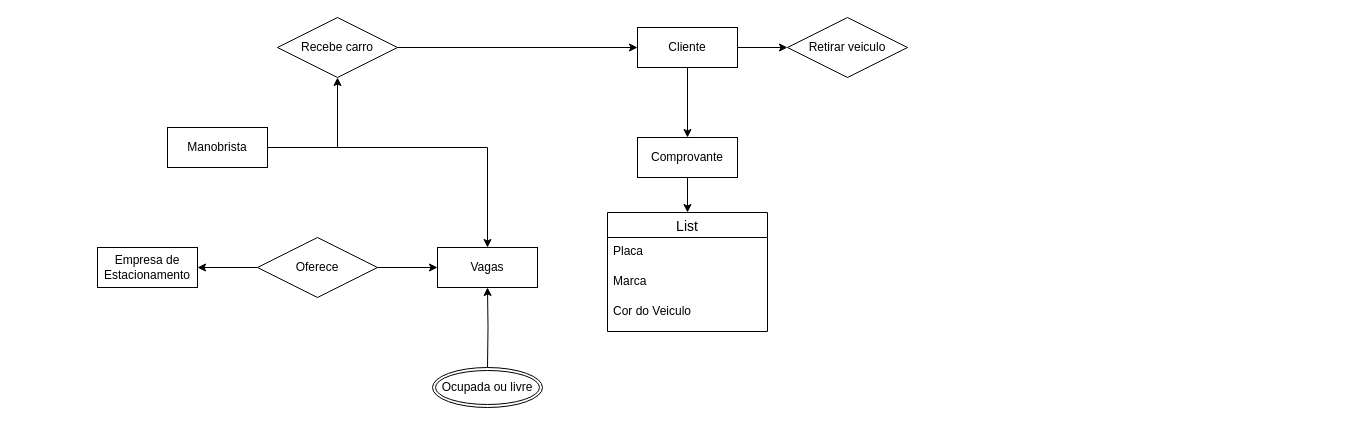
Before: Diagrama sem nome.drawio in adiantaduh/bd1, a draw.io diagram. Source tidied: cells renumbered, new cells numbered last; positions are measured from the earlier drawing's top-left corner, leaving out a move shared by most shapes. Both pictures are drawn from the tidied source at 100%, with x=0, y=0 at pixel (97, 17).
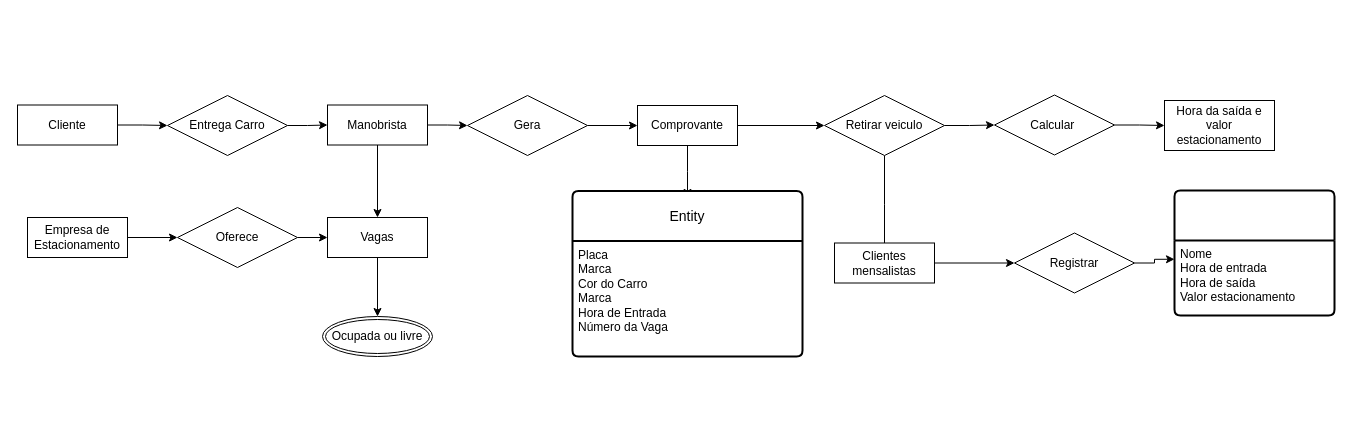
After the change.

The edit, as a diff of the source:
```diff
@@
+    <mxCell id="24" style="edgeStyle=orthogonalEdgeStyle;rounded=0;jettySize=auto;html=1;" parent="1" edge="1" source="2" target="6">
+      <mxGeometry relative="1" as="geometry" />
+    </mxCell>
     <mxCell id="2" value="Empresa de Estacionamento" style="whiteSpace=wrap;html=1;align=center;" parent="1" vertex="1">
-      <mxGeometry y="230" width="100" height="40" as="geometry" />
+      <mxGeometry x="-70" y="200" width="100" height="40" as="geometry" />
     </mxCell>
+    <mxCell id="25" style="edgeStyle=orthogonalEdgeStyle;rounded=0;jettySize=auto;html=1;entryX=0.5;entryY=0;entryDx=0;entryDy=0;" parent="1" edge="1" source="3" target="8">
+      <mxGeometry relative="1" as="geometry" />
+    </mxCell>
     <mxCell id="3" value="Vagas" style="whiteSpace=wrap;html=1;align=center;" parent="1" vertex="1">
-      <mxGeometry x="340" y="230" width="100" height="40" as="geometry" />
+      <mxGeometry x="230" y="200" width="100" height="40" as="geometry" />
     </mxCell>
@@
-    <mxCell id="5" style="edgeStyle=orthogonalEdgeStyle;rounded=0;jettySize=auto;html=1;" parent="1" edge="1" source="6" target="2">
-      <mxGeometry relative="1" as="geometry" />
-    </mxCell>
     <mxCell id="6" value="Oferece" style="shape=rhombus;perimeter=rhombusPerimeter;whiteSpace=wrap;html=1;align=center;" parent="1" vertex="1">
-      <mxGeometry x="160" y="220" width="120" height="60" as="geometry" />
+      <mxGeometry x="80" y="190" width="120" height="60" as="geometry" />
     </mxCell>
-    <mxCell id="7" style="edgeStyle=orthogonalEdgeStyle;rounded=0;jettySize=auto;html=1;" parent="1" edge="1" target="3">
-      <mxGeometry relative="1" as="geometry">
-        <mxPoint x="390" y="350" as="sourcePoint" />
-      </mxGeometry>
-    </mxCell>
     <mxCell id="8" value="Ocupada ou livre" style="ellipse;shape=doubleEllipse;margin=3;whiteSpace=wrap;html=1;align=center;" parent="1" vertex="1">
-      <mxGeometry x="335" y="350" width="110" height="40" as="geometry" />
+      <mxGeometry x="225" y="299" width="110" height="40" as="geometry" />
     </mxCell>
-    <mxCell id="9" style="edgeStyle=orthogonalEdgeStyle;rounded=0;jettySize=auto;html=1;" parent="1" edge="1" source="11" target="16">
-      <mxGeometry relative="1" as="geometry" />
-    </mxCell>
-    <mxCell id="10" style="edgeStyle=orthogonalEdgeStyle;rounded=0;jettySize=auto;html=1;entryX=0.5;entryY=0;entryDx=0;entryDy=0;" parent="1" edge="1" source="11" target="3">
+    <mxCell id="10" style="edgeStyle=orthogonalEdgeStyle;rounded=0;jettySize=auto;html=1;" parent="1" edge="1" source="11" target="3">
       <mxGeometry relative="1" as="geometry" />
     </mxCell>
+    <mxCell id="26" style="edgeStyle=orthogonalEdgeStyle;rounded=0;jettySize=auto;html=1;" parent="1" edge="1" source="11" target="42">
+      <mxGeometry relative="1" as="geometry" />
+    </mxCell>
     <mxCell id="11" value="Manobrista" style="whiteSpace=wrap;html=1;align=center;" parent="1" vertex="1">
-      <mxGeometry x="70" y="110" width="100" height="40" as="geometry" />
+      <mxGeometry x="230" y="87.5" width="100" height="40" as="geometry" />
     </mxCell>
-    <mxCell id="12" style="edgeStyle=orthogonalEdgeStyle;rounded=0;jettySize=auto;html=1;" parent="1" edge="1" source="14" target="18">
-      <mxGeometry relative="1" as="geometry" />
-    </mxCell>
-    <mxCell id="13" style="edgeStyle=orthogonalEdgeStyle;rounded=0;jettySize=auto;html=1;" parent="1" edge="1" source="14" target="19">
-      <mxGeometry relative="1" as="geometry" />
-    </mxCell>
-    <mxCell id="14" value="Cliente" style="whiteSpace=wrap;html=1;align=center;" parent="1" vertex="1">
-      <mxGeometry x="540" y="10" width="100" height="40" as="geometry" />
-    </mxCell>
-    <mxCell id="15" style="edgeStyle=orthogonalEdgeStyle;rounded=0;jettySize=auto;html=1;" parent="1" edge="1" source="16" target="14">
-      <mxGeometry relative="1" as="geometry" />
-    </mxCell>
+    <mxCell id="27" style="edgeStyle=orthogonalEdgeStyle;rounded=0;jettySize=auto;html=1;" parent="1" edge="1" source="16" target="11">
+      <mxGeometry relative="1" as="geometry" />
+    </mxCell>
-    <mxCell id="16" value="Recebe carro" style="shape=rhombus;perimeter=rhombusPerimeter;whiteSpace=wrap;html=1;align=center;" parent="1" vertex="1">
-      <mxGeometry x="180" width="120" height="60" as="geometry" />
+    <mxCell id="16" value="Entrega Carro" style="shape=rhombus;perimeter=rhombusPerimeter;whiteSpace=wrap;html=1;align=center;" parent="1" vertex="1">
+      <mxGeometry x="70" y="78" width="120" height="60" as="geometry" />
     </mxCell>
-    <mxCell id="17" style="edgeStyle=orthogonalEdgeStyle;rounded=0;jettySize=auto;html=1;entryX=0.5;entryY=0;entryDx=0;entryDy=0;" parent="1" edge="1" source="18" target="20">
-      <mxGeometry relative="1" as="geometry" />
+    <mxCell id="17" style="edgeStyle=orthogonalEdgeStyle;rounded=0;jettySize=auto;html=1;entryX=0.5;entryY=0;entryDx=0;entryDy=0;" parent="1" edge="1" source="18">
+      <mxGeometry relative="1" as="geometry">
+        <mxPoint x="590" y="180" as="targetPoint" />
+      </mxGeometry>
     </mxCell>
+    <mxCell id="28" style="edgeStyle=orthogonalEdgeStyle;rounded=0;jettySize=auto;html=1;" parent="1" edge="1" source="18" target="19">
+      <mxGeometry relative="1" as="geometry" />
+    </mxCell>
     <mxCell id="18" value="Comprovante" style="whiteSpace=wrap;html=1;align=center;" parent="1" vertex="1">
-      <mxGeometry x="540" y="120" width="100" height="40" as="geometry" />
+      <mxGeometry x="540" y="88" width="100" height="40" as="geometry" />
     </mxCell>
+    <mxCell id="29" style="edgeStyle=orthogonalEdgeStyle;rounded=0;jettySize=auto;html=1;" parent="1" edge="1" source="33" target="31">
+      <mxGeometry relative="1" as="geometry" />
+    </mxCell>
+    <mxCell id="30" style="edgeStyle=orthogonalEdgeStyle;rounded=0;jettySize=auto;html=1;" parent="1" edge="1" source="19">
+      <mxGeometry relative="1" as="geometry">
+        <mxPoint x="787" y="235.5" as="targetPoint" />
+      </mxGeometry>
+    </mxCell>
     <mxCell id="19" value="Retirar veiculo" style="shape=rhombus;perimeter=rhombusPerimeter;whiteSpace=wrap;html=1;align=center;" parent="1" vertex="1">
-      <mxGeometry x="690" width="120" height="60" as="geometry" />
+      <mxGeometry x="727" y="78" width="120" height="60" as="geometry" />
     </mxCell>
-    <mxCell id="20" value="List" style="swimlane;fontStyle=0;horizontal=1;startSize=25;align=center;fontSize=14;" parent="1" vertex="1">
-      <mxGeometry x="510" y="195" width="160" height="119" as="geometry" />
-    </mxCell>
-    <mxCell id="21" value="Placa" style="text;strokeColor=none;fillColor=none;spacingLeft=4;spacingRight=4;overflow=hidden;fontSize=12;whiteSpace=wrap;html=1;" parent="20" vertex="1">
-      <mxGeometry y="25" width="160" height="30" as="geometry" />
-    </mxCell>
-    <mxCell id="22" value="Marca&amp;nbsp;" style="text;strokeColor=none;fillColor=none;spacingLeft=4;spacingRight=4;overflow=hidden;fontSize=12;whiteSpace=wrap;html=1;" parent="20" vertex="1">
-      <mxGeometry y="55" width="160" height="30" as="geometry" />
-    </mxCell>
-    <mxCell id="23" value="Cor do Veiculo" style="text;strokeColor=none;fillColor=none;spacingLeft=4;spacingRight=4;overflow=hidden;fontSize=12;whiteSpace=wrap;html=1;" parent="20" vertex="1">
-      <mxGeometry y="85" width="160" height="34" as="geometry" />
-    </mxCell>
+    <mxCell id="31" value="Hora da saída e valor estacionamento" style="whiteSpace=wrap;html=1;align=center;" parent="1" vertex="1">
+      <mxGeometry x="1067" y="83" width="110" height="50" as="geometry" />
+    </mxCell>
+    <mxCell id="32" style="edgeStyle=orthogonalEdgeStyle;rounded=0;jettySize=auto;html=1;" parent="1" edge="1" source="19" target="33">
+      <mxGeometry relative="1" as="geometry" />
+    </mxCell>
+    <mxCell id="33" value="Calcular&amp;nbsp;" style="shape=rhombus;perimeter=rhombusPerimeter;whiteSpace=wrap;html=1;align=center;" parent="1" vertex="1">
+      <mxGeometry x="897" y="77.5" width="120" height="60" as="geometry" />
+    </mxCell>
+    <mxCell id="34" style="edgeStyle=orthogonalEdgeStyle;rounded=0;jettySize=auto;html=1;" parent="1" edge="1" source="35" target="37">
+      <mxGeometry relative="1" as="geometry" />
+    </mxCell>
+    <mxCell id="35" value="Clientes mensalistas" style="whiteSpace=wrap;html=1;align=center;" parent="1" vertex="1">
+      <mxGeometry x="737" y="225.5" width="100" height="40" as="geometry" />
+    </mxCell>
+    <mxCell id="36" style="edgeStyle=orthogonalEdgeStyle;rounded=0;jettySize=auto;html=1;entryX=0;entryY=0.25;entryDx=0;entryDy=0;" parent="1" edge="1" source="37" target="39">
+      <mxGeometry relative="1" as="geometry" />
+    </mxCell>
+    <mxCell id="37" value="Registrar" style="shape=rhombus;perimeter=rhombusPerimeter;whiteSpace=wrap;html=1;align=center;" parent="1" vertex="1">
+      <mxGeometry x="917" y="215.5" width="120" height="60" as="geometry" />
+    </mxCell>
+    <mxCell id="38" style="swimlane;horizontal=1;startSize=50;rounded=1;fontSize=14;fontStyle=0;strokeWidth=2;shadow=0;dashed=0;align=center;arcSize=4;whiteSpace=wrap;html=1;" parent="1" vertex="1">
+      <mxGeometry x="1077" y="173" width="160" height="125" as="geometry" />
+    </mxCell>
+    <mxCell id="39" value="Nome&amp;nbsp;&lt;div&gt;Hora de entrada&lt;/div&gt;&lt;div&gt;Hora de saída&lt;/div&gt;&lt;div&gt;Valor estacionamento&lt;/div&gt;" style="align=left;strokeColor=none;fillColor=none;spacingLeft=4;fontSize=12;verticalAlign=top;html=1;" parent="38" vertex="1">
+      <mxGeometry y="50" width="160" height="75" as="geometry" />
+    </mxCell>
+    <mxCell id="40" style="edgeStyle=orthogonalEdgeStyle;rounded=0;jettySize=auto;html=1;" parent="1" edge="1" source="14" target="16">
+      <mxGeometry relative="1" as="geometry" />
+    </mxCell>
+    <mxCell id="14" value="Cliente" style="whiteSpace=wrap;html=1;align=center;" parent="1" vertex="1">
+      <mxGeometry x="-80" y="87.5" width="100" height="40" as="geometry" />
+    </mxCell>
+    <mxCell id="41" style="edgeStyle=orthogonalEdgeStyle;rounded=0;jettySize=auto;html=1;entryX=0;entryY=0.5;entryDx=0;entryDy=0;" parent="1" edge="1" source="42" target="18">
+      <mxGeometry relative="1" as="geometry" />
+    </mxCell>
+    <mxCell id="42" value="Gera" style="shape=rhombus;perimeter=rhombusPerimeter;whiteSpace=wrap;html=1;align=center;" parent="1" vertex="1">
+      <mxGeometry x="370" y="78" width="120" height="60" as="geometry" />
+    </mxCell>
+    <mxCell id="43" value="Entity" style="swimlane;horizontal=1;startSize=50;rounded=1;fontSize=14;fontStyle=0;strokeWidth=2;shadow=0;dashed=0;align=center;arcSize=4;whiteSpace=wrap;html=1;" parent="1" vertex="1">
+      <mxGeometry x="475" y="173.5" width="230" height="165.5" as="geometry" />
+    </mxCell>
+    <mxCell id="44" value="Placa&lt;div&gt;Marca&amp;nbsp;&lt;/div&gt;&lt;div&gt;Cor do Carro&lt;/div&gt;&lt;div&gt;Marca&amp;nbsp; &amp;nbsp;&amp;nbsp;&lt;/div&gt;&lt;div&gt;Hora de Entrada&amp;nbsp;&lt;/div&gt;&lt;div&gt;Número da Vaga&lt;/div&gt;" style="align=left;strokeColor=none;fillColor=none;spacingLeft=4;fontSize=12;verticalAlign=top;html=1;" parent="43" vertex="1">
+      <mxGeometry y="50" width="230" height="115.5" as="geometry" />
+    </mxCell>
```
